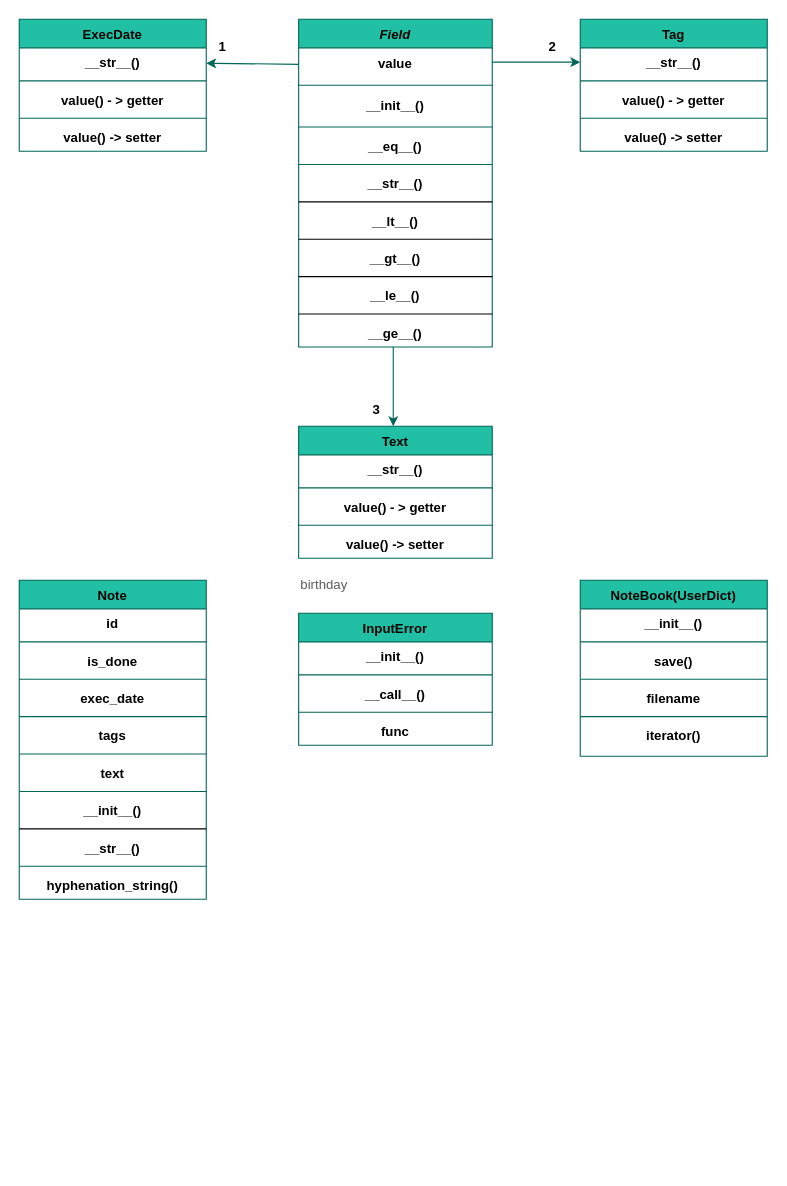
Earlier version of the draw.io diagram page "notebook" (2 of 2) of consolebot.drawio (LeadShadow/CW-Console-Bot). Source tidied: cells renumbered, new cells numbered last; positions are measured from the earlier drawing's top-left corner, leaving out a move shared by most shapes. Both pictures are drawn from the tidied source at 110%, with x=0, y=0 at pixel (19, 19).
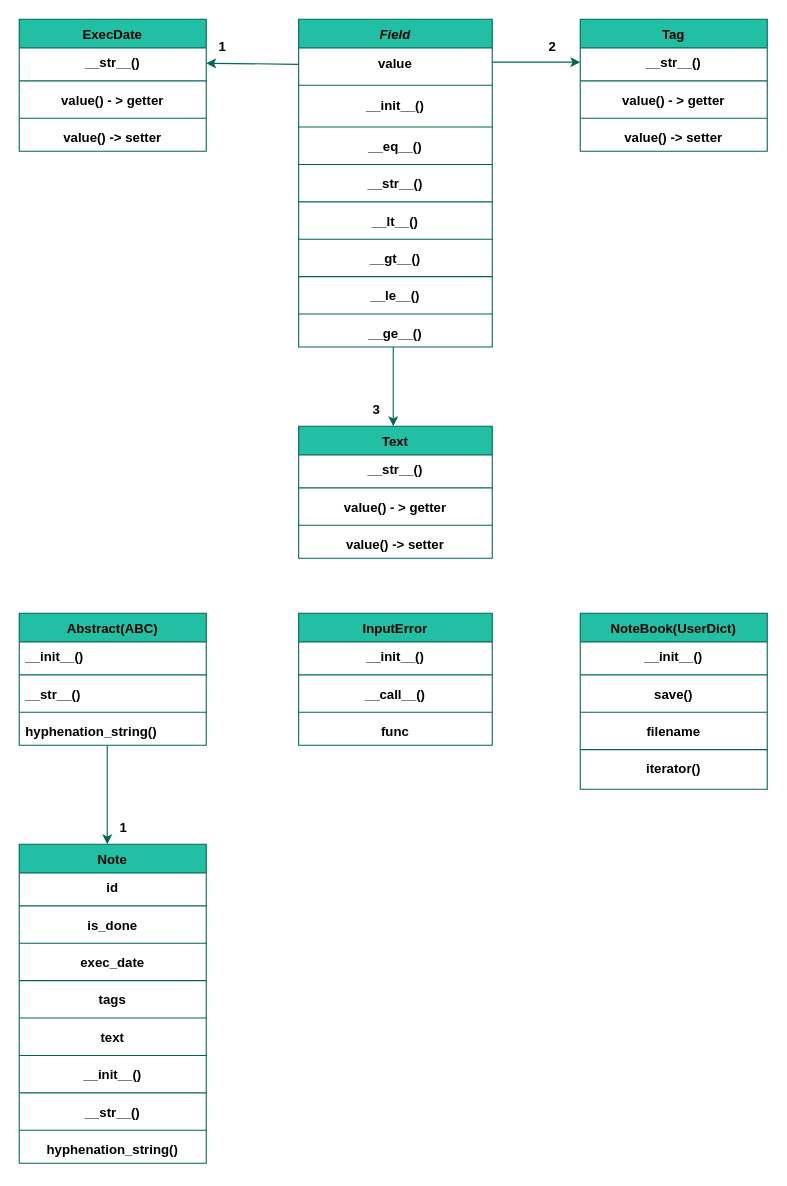
Above is the later version.

The change refers to these unchanged cells:
```xml
<mxCell id="2" value="Field" style="swimlane;fontStyle=3;align=center;verticalAlign=top;horizontal=1;startSize=26;rounded=0;shadow=0;strokeWidth=1;fillColor=#21C0A5;strokeColor=#006658;fontColor=#000000;" parent="1" vertex="1">
  <mxGeometry x="254" width="176" height="298" as="geometry" />
</mxCell>
```

The edit, as a diff of the source:
```diff
@@
-    <mxCell id="10" style="line;html=1;strokeWidth=1;align=left;verticalAlign=middle;spacingTop=-1;spacingLeft=3;spacingRight=3;labelPosition=right;fontStyle=1;fontColor=#000000;" parent="2" vertex="1">
+    <mxCell id="10" style="line;html=1;strokeWidth=1;align=left;verticalAlign=middle;spacingTop=-1;spacingLeft=3;spacingRight=3;labelPosition=right;fontStyle=1;fontColor=#000000;fillColor=#21C0A5;strokeColor=#006658;" parent="2" vertex="1">
       <mxGeometry y="162" width="176" height="8" as="geometry" />
     </mxCell>
@@
-    <mxCell id="12" style="line;html=1;strokeWidth=1;align=left;verticalAlign=middle;spacingTop=-1;spacingLeft=3;spacingRight=3;labelPosition=right;fontStyle=1;fontColor=#000000;" parent="2" vertex="1">
+    <mxCell id="12" style="line;html=1;strokeWidth=1;align=left;verticalAlign=middle;spacingTop=-1;spacingLeft=3;spacingRight=3;labelPosition=right;fontStyle=1;fontColor=#000000;fillColor=#21C0A5;strokeColor=#006658;" parent="2" vertex="1">
       <mxGeometry y="196" width="176" height="8" as="geometry" />
     </mxCell>
@@
-    <mxCell id="14" style="line;html=1;strokeWidth=1;align=left;verticalAlign=middle;spacingTop=-1;spacingLeft=3;spacingRight=3;labelPosition=right;fontStyle=1;fontColor=#000000;" parent="2" vertex="1">
+    <mxCell id="14" style="line;html=1;strokeWidth=1;align=left;verticalAlign=middle;spacingTop=-1;spacingLeft=3;spacingRight=3;labelPosition=right;fontStyle=1;fontColor=#000000;fillColor=#21C0A5;strokeColor=#006658;" parent="2" vertex="1">
       <mxGeometry y="230" width="176" height="8" as="geometry" />
     </mxCell>
@@
-    <mxCell id="16" style="line;html=1;strokeWidth=1;align=left;verticalAlign=middle;spacingTop=-1;spacingLeft=3;spacingRight=3;labelPosition=right;fontStyle=1;fontColor=#000000;" parent="2" vertex="1">
+    <mxCell id="16" style="line;html=1;strokeWidth=1;align=left;verticalAlign=middle;spacingTop=-1;spacingLeft=3;spacingRight=3;labelPosition=right;fontStyle=1;fontColor=#000000;fillColor=#21C0A5;strokeColor=#006658;" parent="2" vertex="1">
       <mxGeometry y="264" width="176" height="8" as="geometry" />
     </mxCell>
@@
     <mxCell id="18" value="NoteBook(UserDict)" style="swimlane;fontStyle=1;align=center;verticalAlign=top;horizontal=1;startSize=26;rounded=0;shadow=0;strokeWidth=1;fillColor=#21C0A5;strokeColor=#006658;fontColor=#000000;" parent="1" vertex="1">
-      <mxGeometry x="510" y="510" width="170" height="160" as="geometry" />
+      <mxGeometry x="510" y="540" width="170" height="160" as="geometry" />
     </mxCell>
@@
     <mxCell id="56" value="Note" style="swimlane;fontStyle=1;align=center;verticalAlign=top;horizontal=1;startSize=26;rounded=0;shadow=0;strokeWidth=1;fillColor=#21C0A5;strokeColor=#006658;fontColor=#000000;" parent="1" vertex="1">
-      <mxGeometry y="510" width="170" height="290" as="geometry" />
+      <mxGeometry y="750" width="170" height="290" as="geometry" />
     </mxCell>
@@
-    <mxCell id="68" style="line;html=1;strokeWidth=1;align=left;verticalAlign=middle;spacingTop=-1;spacingLeft=3;spacingRight=3;labelPosition=right;" parent="56" vertex="1">
+    <mxCell id="68" style="line;html=1;strokeWidth=1;align=left;verticalAlign=middle;spacingTop=-1;spacingLeft=3;spacingRight=3;labelPosition=right;fillColor=#21C0A5;strokeColor=#006658;fontColor=#000000;fontStyle=1;" parent="56" vertex="1">
       <mxGeometry y="222" width="170" height="8" as="geometry" />
     </mxCell>
@@
-    <mxCell id="72" value="birthday" style="text;align=left;verticalAlign=top;spacingLeft=4;spacingRight=4;overflow=hidden;fontColor=#5C5C5C;" parent="1" vertex="1">
-      <mxGeometry x="250" y="500" width="160" height="26" as="geometry" />
-    </mxCell>
+    <mxCell id="73" value="Abstract(ABC)" style="swimlane;fontStyle=1;align=center;verticalAlign=top;horizontal=1;startSize=26;rounded=0;shadow=0;strokeWidth=1;fillColor=#21C0A5;strokeColor=#006658;fontColor=#000000;" parent="1" vertex="1">
+      <mxGeometry y="540" width="170" height="120" as="geometry" />
+    </mxCell>
+    <mxCell id="74" value="__init__()" style="text;align=left;verticalAlign=top;spacingLeft=4;spacingRight=4;overflow=hidden;fontColor=#000000;fontStyle=1;" parent="73" vertex="1">
+      <mxGeometry y="26" width="170" height="26" as="geometry" />
+    </mxCell>
+    <mxCell id="75" style="line;html=1;strokeWidth=1;align=left;verticalAlign=middle;spacingTop=-1;spacingLeft=3;spacingRight=3;labelPosition=right;fillColor=#21C0A5;strokeColor=#006658;fontColor=#000000;fontStyle=1;" parent="73" vertex="1">
+      <mxGeometry y="52" width="170" height="8" as="geometry" />
+    </mxCell>
+    <mxCell id="76" value="__str__()" style="text;align=left;verticalAlign=top;spacingLeft=4;spacingRight=4;overflow=hidden;rounded=0;shadow=0;html=0;fontColor=#000000;fontStyle=1;" parent="73" vertex="1">
+      <mxGeometry y="60" width="170" height="26" as="geometry" />
+    </mxCell>
+    <mxCell id="77" style="line;html=1;strokeWidth=1;align=left;verticalAlign=middle;spacingTop=-1;spacingLeft=3;spacingRight=3;labelPosition=right;fillColor=#21C0A5;strokeColor=#006658;fontColor=#000000;fontStyle=1;" parent="73" vertex="1">
+      <mxGeometry y="86" width="170" height="8" as="geometry" />
+    </mxCell>
+    <mxCell id="78" value="hyphenation_string()" style="text;align=left;verticalAlign=top;spacingLeft=4;spacingRight=4;overflow=hidden;fontColor=#000000;fontStyle=1;" parent="73" vertex="1">
+      <mxGeometry y="94" width="170" height="26" as="geometry" />
+    </mxCell>
+    <mxCell id="79" style="endArrow=classic;html=1;rounded=1;sketch=0;fontColor=#000000;strokeColor=#006658;fillColor=#21C0A5;curved=0;exitX=0;exitY=0.5;exitDx=0;exitDy=0;fontStyle=1;" parent="1" edge="1">
+      <mxGeometry relative="1" as="geometry">
+        <mxPoint x="80" y="660" as="sourcePoint" />
+        <mxPoint x="80" y="750" as="targetPoint" />
+        <Array as="points">
+          <mxPoint x="80" y="719" />
+        </Array>
+      </mxGeometry>
+    </mxCell>
+    <mxCell id="80" value="1" style="text;html=1;strokeColor=none;fillColor=none;align=center;verticalAlign=middle;whiteSpace=wrap;rounded=0;sketch=0;fontColor=#000000;fontStyle=1;" parent="1" vertex="1">
+      <mxGeometry x="90" y="730" width="10" height="10" as="geometry" />
+    </mxCell>
```
